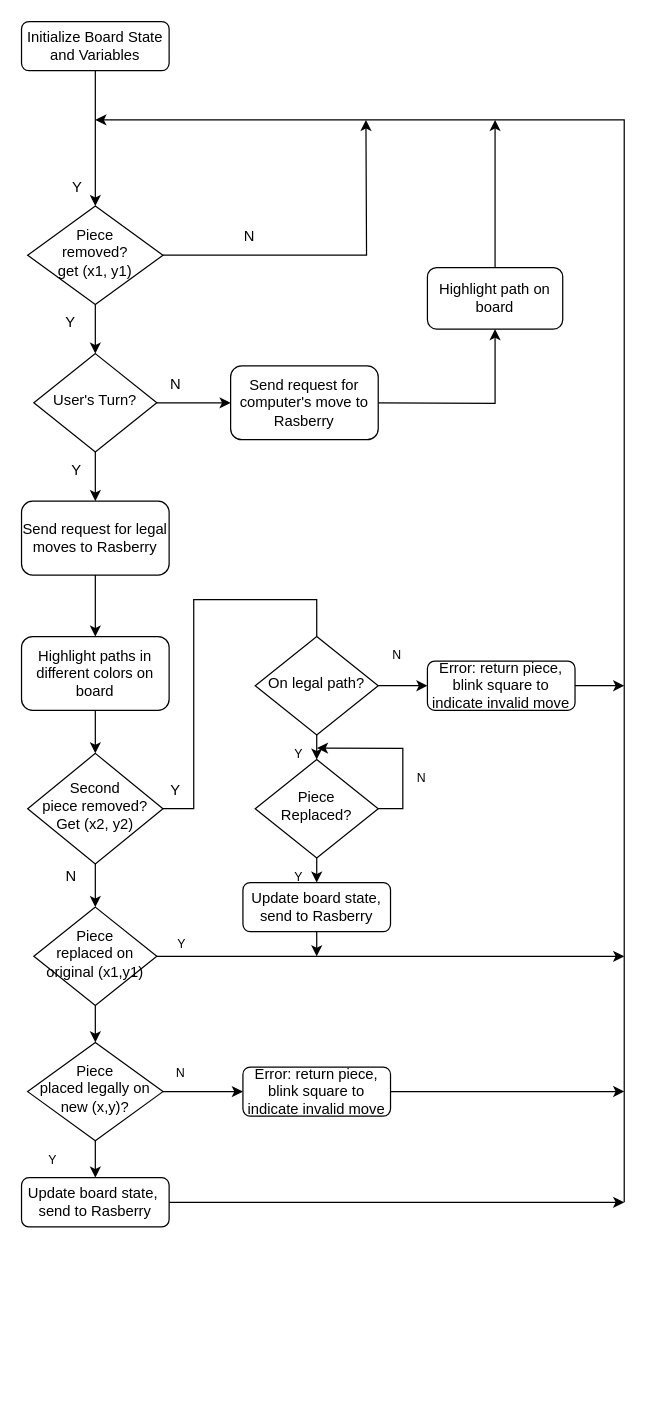
The draw.io diagram Arduino/mainLoop.drawio in jtsang02/leetChess, before the edit. Source tidied: cells renumbered, new cells numbered last; positions are measured from the earlier drawing's top-left corner, leaving out a move shared by most shapes. Both pictures are drawn from the tidied source at 123%, with x=0, y=0 at pixel (21, 21).
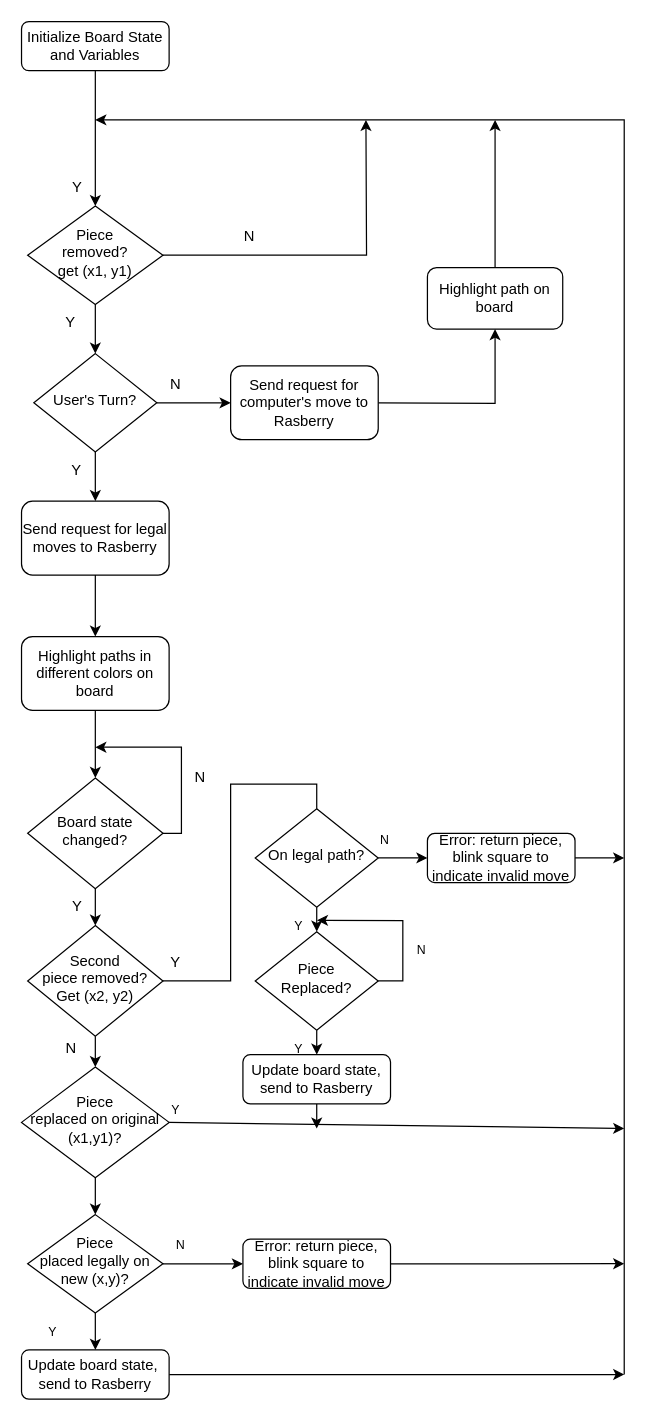
The same page after the edit.

Commit message:
revised main loop logic

The change refers to these unchanged cells:
```xml
<mxCell id="17" value="Highlight paths in different colors on board" style="rounded=1;whiteSpace=wrap;html=1;" parent="1" vertex="1">
  <mxGeometry y="500" width="120" height="60" as="geometry" />
</mxCell>
```

Change to the diagram source:
```diff
@@
     <mxCell id="6" style="endArrow=classic;html=1;rounded=0;" parent="1" edge="1">
       <mxGeometry relative="1" as="geometry">
-        <mxPoint x="490" y="960" as="sourcePoint" />
+        <mxPoint x="490" y="1100" as="sourcePoint" />
         <mxPoint x="60" y="80" as="targetPoint" />
         <Array as="points">
           <mxPoint x="490" y="80" />
         </Array>
       </mxGeometry>
     </mxCell>
@@
     <mxCell id="19" value="Second &lt;br&gt;piece removed? &lt;br&gt;Get (x2, y2)" style="rhombus;whiteSpace=wrap;html=1;shadow=0;fontFamily=Helvetica;fontSize=12;align=center;strokeWidth=1;spacing=6;spacingTop=-4;" parent="1" vertex="1">
-      <mxGeometry x="5" y="595" width="110" height="90" as="geometry" />
+      <mxGeometry x="5" y="735" width="110" height="90" as="geometry" />
     </mxCell>
-    <mxCell id="20" style="endArrow=classic;html=1;rounded=0;exitX=0.5;exitY=1;exitDx=0;exitDy=0;entryX=0.5;entryY=0;entryDx=0;entryDy=0;" parent="1" edge="1" source="17" target="19">
+    <mxCell id="20" style="endArrow=classic;html=1;rounded=0;exitX=0.5;exitY=1;exitDx=0;exitDy=0;entryX=0.5;entryY=0;entryDx=0;entryDy=0;" parent="1" edge="1" source="17" target="57">
       <mxGeometry relative="1" as="geometry" />
     </mxCell>
     <mxCell id="21" style="endArrow=classic;html=1;rounded=0;exitX=0.5;exitY=1;exitDx=0;exitDy=0;" parent="1" edge="1" source="19">
       <mxGeometry relative="1" as="geometry">
-        <mxPoint x="60" y="720" as="targetPoint" />
+        <mxPoint x="60" y="850" as="targetPoint" />
       </mxGeometry>
     </mxCell>
     <mxCell id="22" value="On legal path?" style="rhombus;whiteSpace=wrap;html=1;shadow=0;fontFamily=Helvetica;fontSize=12;align=center;strokeWidth=1;spacing=6;spacingTop=-4;" parent="1" vertex="1">
-      <mxGeometry x="190" y="500" width="100" height="80" as="geometry" />
+      <mxGeometry x="190" y="640" width="100" height="80" as="geometry" />
     </mxCell>
     <mxCell id="23" style="endArrow=none;html=1;rounded=0;exitX=1;exitY=0.5;exitDx=0;exitDy=0;entryX=0.5;entryY=0;entryDx=0;entryDy=0;" parent="1" edge="1" source="19" target="22">
       <mxGeometry relative="1" as="geometry">
         <Array as="points">
-          <mxPoint x="140" y="640" />
-          <mxPoint x="140" y="470" />
-          <mxPoint x="240" y="470" />
+          <mxPoint x="170" y="780" />
+          <mxPoint x="170" y="690" />
+          <mxPoint x="170" y="620" />
+          <mxPoint x="240" y="620" />
         </Array>
       </mxGeometry>
     </mxCell>
-    <mxCell id="24" value="Piece &lt;br&gt;replaced on original (x1,y1)" style="rhombus;whiteSpace=wrap;html=1;shadow=0;fontFamily=Helvetica;fontSize=12;align=center;strokeWidth=1;spacing=6;spacingTop=-4;" parent="1" vertex="1">
-      <mxGeometry x="10" y="720" width="100" height="80" as="geometry" />
+    <mxCell id="24" value="Piece &lt;br&gt;replaced on original (x1,y1)?" style="rhombus;whiteSpace=wrap;html=1;shadow=0;fontFamily=Helvetica;fontSize=12;align=center;strokeWidth=1;spacing=6;spacingTop=-4;" parent="1" vertex="1">
+      <mxGeometry y="850" width="120" height="90" as="geometry" />
     </mxCell>
     <mxCell id="25" value="Y" style="text;html=1;align=center;verticalAlign=middle;strokeColor=none;fillColor=none;" parent="1" vertex="1">
-      <mxGeometry x="110" y="610" width="30" height="30" as="geometry" />
+      <mxGeometry x="110" y="750" width="30" height="30" as="geometry" />
     </mxCell>
     <mxCell id="26" value="N" style="text;html=1;align=center;verticalAlign=middle;strokeColor=none;fillColor=none;" parent="1" vertex="1">
-      <mxGeometry x="25" y="680" width="30" height="30" as="geometry" />
+      <mxGeometry x="25" y="820" width="30" height="30" as="geometry" />
     </mxCell>
@@
     <mxCell id="29" value="N" style="text;html=1;align=center;verticalAlign=middle;strokeColor=none;fillColor=none;fontSize=10;" parent="1" vertex="1">
-      <mxGeometry x="290" y="500" width="30" height="30" as="geometry" />
+      <mxGeometry x="280" y="650" width="30" height="30" as="geometry" />
     </mxCell>
     <mxCell id="30" style="edgeStyle=orthogonalEdgeStyle;rounded=0;jettySize=auto;html=1;exitX=1;exitY=0.5;exitDx=0;exitDy=0;fontSize=10;" parent="1" edge="1" source="31">
       <mxGeometry relative="1" as="geometry">
-        <mxPoint x="490" y="540" as="targetPoint" />
+        <mxPoint x="490" y="680" as="targetPoint" />
         <Array as="points">
-          <mxPoint x="480" y="540" />
-          <mxPoint x="480" y="540" />
+          <mxPoint x="480" y="680" />
+          <mxPoint x="480" y="680" />
         </Array>
       </mxGeometry>
     </mxCell>
     <mxCell id="31" value="Error: return piece,&lt;br&gt;blink square to indicate invalid move" style="rounded=1;whiteSpace=wrap;html=1;fontSize=12;glass=0;strokeWidth=1;shadow=0;" parent="1" vertex="1">
-      <mxGeometry x="330" y="520" width="120" height="40" as="geometry" />
+      <mxGeometry x="330" y="660" width="120" height="40" as="geometry" />
     </mxCell>
     <mxCell id="32" value="Piece Replaced?" style="rhombus;whiteSpace=wrap;html=1;shadow=0;fontFamily=Helvetica;fontSize=12;align=center;strokeWidth=1;spacing=6;spacingTop=-4;" parent="1" vertex="1">
-      <mxGeometry x="190" y="600" width="100" height="80" as="geometry" />
+      <mxGeometry x="190" y="740" width="100" height="80" as="geometry" />
     </mxCell>
     <mxCell id="33" style="endArrow=classic;html=1;rounded=0;fontSize=10;exitX=0.5;exitY=1;exitDx=0;exitDy=0;" parent="1" edge="1" source="22">
       <mxGeometry relative="1" as="geometry">
-        <mxPoint x="240" y="600" as="targetPoint" />
+        <mxPoint x="240" y="740" as="targetPoint" />
       </mxGeometry>
     </mxCell>
     <mxCell id="34" value="Y" style="text;html=1;align=center;verticalAlign=middle;points=[];strokeColor=none;fillColor=none;fontSize=10;" parent="1" vertex="1">
-      <mxGeometry x="210" y="580" width="30" height="30" as="geometry" />
+      <mxGeometry x="210" y="720" width="30" height="30" as="geometry" />
     </mxCell>
     <mxCell id="35" style="edgeStyle=orthogonalEdgeStyle;rounded=0;jettySize=auto;html=1;fontSize=10;" parent="1" edge="1" source="36">
       <mxGeometry relative="1" as="geometry">
-        <mxPoint x="240" y="760" as="targetPoint" />
+        <mxPoint x="240" y="900" as="targetPoint" />
       </mxGeometry>
     </mxCell>
     <mxCell id="36" value="Update board state,&lt;br&gt;send to Rasberry" style="rounded=1;whiteSpace=wrap;html=1;fontSize=12;glass=0;strokeWidth=1;shadow=0;" parent="1" vertex="1">
-      <mxGeometry x="180" y="700" width="120" height="40" as="geometry" />
+      <mxGeometry x="180" y="840" width="120" height="40" as="geometry" />
     </mxCell>
     <mxCell id="37" style="endArrow=classic;html=1;rounded=0;fontSize=10;exitX=0.5;exitY=1;exitDx=0;exitDy=0;" parent="1" edge="1" source="32">
       <mxGeometry relative="1" as="geometry">
-        <mxPoint x="240" y="700" as="targetPoint" />
+        <mxPoint x="240" y="840" as="targetPoint" />
       </mxGeometry>
     </mxCell>
     <mxCell id="38" value="Y" style="text;html=1;align=center;verticalAlign=middle;strokeColor=none;fillColor=none;fontSize=10;" parent="1" vertex="1">
-      <mxGeometry x="210" y="680" width="30" height="30" as="geometry" />
+      <mxGeometry x="210" y="820" width="30" height="30" as="geometry" />
     </mxCell>
     <mxCell id="39" style="endArrow=classic;html=1;rounded=0;fontSize=10;exitX=1;exitY=0.5;exitDx=0;exitDy=0;" parent="1" edge="1" source="24">
       <mxGeometry relative="1" as="geometry">
-        <mxPoint x="490" y="760" as="targetPoint" />
+        <mxPoint x="490" y="900" as="targetPoint" />
       </mxGeometry>
     </mxCell>
     <mxCell id="40" style="endArrow=classic;html=1;rounded=0;fontSize=10;entryX=1.006;entryY=0.356;entryDx=0;entryDy=0;entryPerimeter=0;exitX=1;exitY=0.5;exitDx=0;exitDy=0;" parent="1" edge="1" source="32" target="34">
       <mxGeometry relative="1" as="geometry">
         <Array as="points">
-          <mxPoint x="310" y="640" />
-          <mxPoint x="310" y="591" />
+          <mxPoint x="310" y="780" />
+          <mxPoint x="310" y="731" />
         </Array>
       </mxGeometry>
     </mxCell>
     <mxCell id="41" value="N" style="text;html=1;align=center;verticalAlign=middle;strokeColor=none;fillColor=none;fontSize=10;" parent="1" vertex="1">
-      <mxGeometry x="310" y="600" width="30" height="30" as="geometry" />
+      <mxGeometry x="310" y="740" width="30" height="30" as="geometry" />
     </mxCell>
@@
     <mxCell id="43" value="Piece &lt;br&gt;placed legally on new (x,y)?" style="rhombus;whiteSpace=wrap;html=1;shadow=0;fontFamily=Helvetica;fontSize=12;align=center;strokeWidth=1;spacing=6;spacingTop=-4;" parent="1" vertex="1">
-      <mxGeometry x="5" y="830" width="110" height="80" as="geometry" />
+      <mxGeometry x="5" y="970" width="110" height="80" as="geometry" />
     </mxCell>
-    <mxCell id="44" style="endArrow=classic;html=1;rounded=0;fontSize=10;exitX=0.5;exitY=1;exitDx=0;exitDy=0;" parent="1" edge="1" source="24" target="43">
-      <mxGeometry relative="1" as="geometry" />
+    <mxCell id="44" style="endArrow=classic;html=1;rounded=0;fontSize=10;" parent="1" edge="1" target="43">
+      <mxGeometry relative="1" as="geometry">
+        <mxPoint x="60" y="940" as="sourcePoint" />
+      </mxGeometry>
     </mxCell>
     <mxCell id="45" style="edgeStyle=orthogonalEdgeStyle;rounded=0;jettySize=auto;html=1;exitX=1;exitY=0.5;exitDx=0;exitDy=0;fontSize=10;" parent="1" edge="1" source="46">
       <mxGeometry relative="1" as="geometry">
-        <mxPoint x="490" y="869.9" as="targetPoint" />
+        <mxPoint x="490" y="1009.9" as="targetPoint" />
       </mxGeometry>
     </mxCell>
     <mxCell id="46" value="Error: return piece,&lt;br&gt;blink square to indicate invalid move" style="rounded=1;whiteSpace=wrap;html=1;fontSize=12;glass=0;strokeWidth=1;shadow=0;" parent="1" vertex="1">
-      <mxGeometry x="180" y="850" width="120" height="40" as="geometry" />
+      <mxGeometry x="180" y="990" width="120" height="40" as="geometry" />
     </mxCell>
     <mxCell id="47" style="endArrow=classic;html=1;rounded=0;fontSize=10;exitX=0.5;exitY=1;exitDx=0;exitDy=0;" parent="1" edge="1" source="43">
       <mxGeometry relative="1" as="geometry">
-        <mxPoint x="60" y="940" as="targetPoint" />
+        <mxPoint x="60" y="1080" as="targetPoint" />
       </mxGeometry>
     </mxCell>
     <mxCell id="48" style="edgeStyle=orthogonalEdgeStyle;rounded=0;jettySize=auto;html=1;exitX=1;exitY=0.5;exitDx=0;exitDy=0;fontSize=10;" parent="1" edge="1" source="49">
       <mxGeometry relative="1" as="geometry">
-        <mxPoint x="490" y="960" as="targetPoint" />
+        <mxPoint x="490" y="1100" as="targetPoint" />
       </mxGeometry>
     </mxCell>
     <mxCell id="49" value="Update board state,&amp;nbsp;&lt;br&gt;send to Rasberry" style="rounded=1;whiteSpace=wrap;html=1;fontSize=12;glass=0;strokeWidth=1;shadow=0;" parent="1" vertex="1">
-      <mxGeometry y="940" width="120" height="40" as="geometry" />
+      <mxGeometry y="1080" width="120" height="40" as="geometry" />
     </mxCell>
     <mxCell id="50" value="Y" style="text;html=1;align=center;verticalAlign=middle;strokeColor=none;fillColor=none;fontSize=10;" parent="1" vertex="1">
-      <mxGeometry x="10" y="910" width="30" height="30" as="geometry" />
+      <mxGeometry x="10" y="1050" width="30" height="30" as="geometry" />
     </mxCell>
     <mxCell id="51" value="Y" style="text;html=1;align=center;verticalAlign=middle;strokeColor=none;fillColor=none;fontSize=10;" parent="1" vertex="1">
-      <mxGeometry x="115" y="735" width="30" height="30" as="geometry" />
+      <mxGeometry x="110" y="870" width="30" height="30" as="geometry" />
     </mxCell>
     <mxCell id="52" value="N" style="text;html=1;align=center;verticalAlign=middle;strokeColor=none;fillColor=none;fontSize=10;rotation=-180;" parent="1" vertex="1">
-      <mxGeometry x="115" y="840" width="30" height="30" as="geometry" />
+      <mxGeometry x="115" y="980" width="30" height="30" as="geometry" />
     </mxCell>
@@
+    <mxCell id="56" style="edgeStyle=none;html=1;exitX=0.5;exitY=1;exitDx=0;exitDy=0;entryX=0.5;entryY=0;entryDx=0;entryDy=0;" parent="1" edge="1" source="57" target="19">
+      <mxGeometry relative="1" as="geometry" />
+    </mxCell>
+    <mxCell id="57" value="Board state&lt;br&gt;changed?" style="rhombus;whiteSpace=wrap;html=1;shadow=0;fontFamily=Helvetica;fontSize=12;align=center;strokeWidth=1;spacing=6;spacingTop=-4;" parent="1" vertex="1">
+      <mxGeometry x="5" y="615" width="110" height="90" as="geometry" />
+    </mxCell>
+    <mxCell id="58" value="Y" style="text;html=1;align=center;verticalAlign=middle;strokeColor=none;fillColor=none;" parent="1" vertex="1">
+      <mxGeometry x="30" y="705" width="30" height="30" as="geometry" />
+    </mxCell>
+    <mxCell id="59" style="endArrow=classic;html=1;rounded=0;fontSize=10;exitX=1;exitY=0.5;exitDx=0;exitDy=0;" parent="1" edge="1" source="57">
+      <mxGeometry relative="1" as="geometry">
+        <mxPoint x="60" y="590" as="targetPoint" />
+        <Array as="points">
+          <mxPoint x="130" y="660" />
+          <mxPoint x="130" y="590" />
+        </Array>
+      </mxGeometry>
+    </mxCell>
+    <mxCell id="60" value="N" style="text;html=1;align=center;verticalAlign=middle;strokeColor=none;fillColor=none;" parent="1" vertex="1">
+      <mxGeometry x="130" y="600" width="30" height="30" as="geometry" />
+    </mxCell>
```
